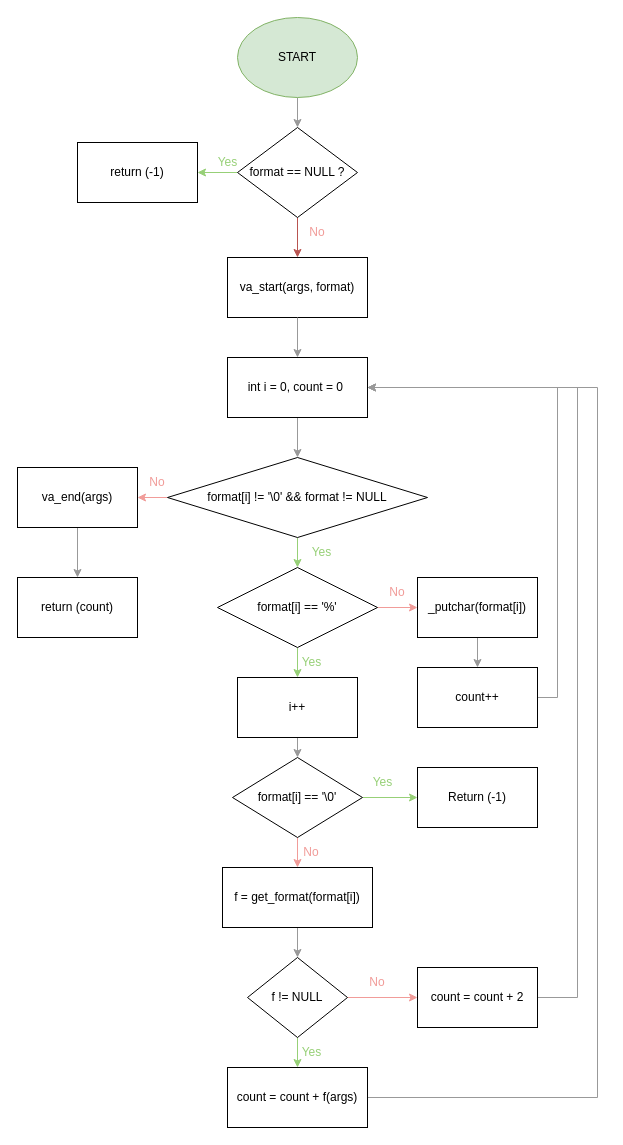
Before: FlowChart _printf.c.drawio in thomas-maye/holbertonschool-printf, a draw.io diagram. Source tidied: cells renumbered, new cells numbered last; positions are measured from the earlier drawing's top-left corner, leaving out a move shared by most shapes. Both pictures are drawn from the tidied source at 100%, with x=0, y=0 at pixel (17, 17).
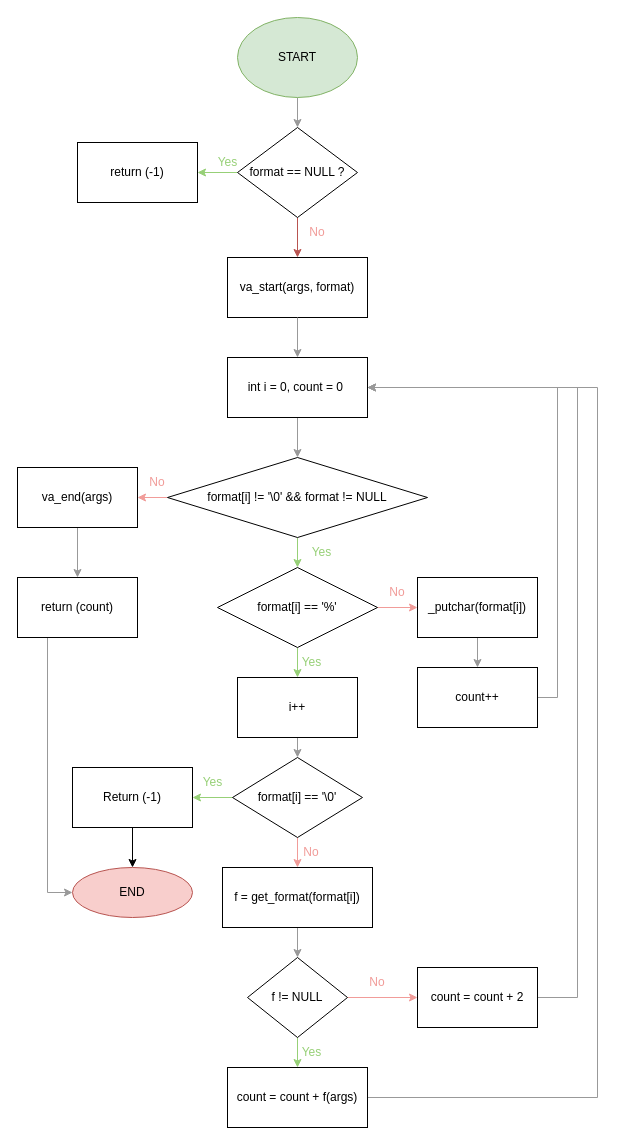
The same page after the edit.

Commit message:
Mettre à jour FlowChart _printf.c.drawio

The change refers to these unchanged cells:
```xml
<mxCell id="23" value="format[i] == '\0'" style="rhombus;whiteSpace=wrap;html=1;" parent="1" vertex="1">
  <mxGeometry x="215" y="740" width="130" height="80" as="geometry" />
</mxCell>
<mxCell id="42" value="return (count)" style="rounded=0;whiteSpace=wrap;html=1;" parent="1" vertex="1">
  <mxGeometry y="560" width="120" height="60" as="geometry" />
</mxCell>
```

Diff of the diagram source:
```diff
@@
-    <mxCell id="22" style="edgeStyle=orthogonalEdgeStyle;rounded=0;jettySize=auto;html=1;exitX=1;exitY=0.5;exitDx=0;exitDy=0;entryX=0;entryY=0.5;entryDx=0;entryDy=0;strokeColor=#97D077;" parent="1" edge="1" source="23" target="39">
+    <mxCell id="22" style="edgeStyle=orthogonalEdgeStyle;rounded=0;jettySize=auto;html=1;exitX=0;exitY=0.5;exitDx=0;exitDy=0;entryX=1;entryY=0.5;entryDx=0;entryDy=0;strokeColor=#97D077;" parent="1" edge="1" source="23" target="39">
       <mxGeometry relative="1" as="geometry" />
     </mxCell>
@@
+    <mxCell id="51" style="edgeStyle=orthogonalEdgeStyle;rounded=0;jettySize=auto;html=1;exitX=0.5;exitY=1;exitDx=0;exitDy=0;" parent="1" edge="1" source="39" target="53">
+      <mxGeometry relative="1" as="geometry" />
+    </mxCell>
     <mxCell id="39" value="Return (-1)" style="rounded=0;whiteSpace=wrap;html=1;" parent="1" vertex="1">
-      <mxGeometry x="400" y="750" width="120" height="60" as="geometry" />
+      <mxGeometry x="55" y="750" width="120" height="60" as="geometry" />
     </mxCell>
@@
+    <mxCell id="52" style="edgeStyle=orthogonalEdgeStyle;rounded=0;jettySize=auto;html=1;exitX=0.5;exitY=1;exitDx=0;exitDy=0;entryX=0;entryY=0.5;entryDx=0;entryDy=0;strokeColor=#999999;" parent="1" edge="1" source="42" target="53">
+      <mxGeometry relative="1" as="geometry">
+        <Array as="points">
+          <mxPoint x="30" y="620" />
+          <mxPoint x="30" y="875" />
+        </Array>
+      </mxGeometry>
+    </mxCell>
@@
     <mxCell id="46" value="Yes" style="text;html=1;align=center;verticalAlign=middle;strokeColor=none;fillColor=none;fontColor=#97D077;" parent="1" vertex="1">
-      <mxGeometry x="345" y="750" width="40" height="30" as="geometry" />
+      <mxGeometry x="175" y="750" width="40" height="30" as="geometry" />
     </mxCell>
@@
+    <mxCell id="53" value="END" style="ellipse;whiteSpace=wrap;html=1;fillColor=#f8cecc;strokeColor=#b85450;" parent="1" vertex="1">
+      <mxGeometry x="55" y="850" width="120" height="50" as="geometry" />
+    </mxCell>
```
